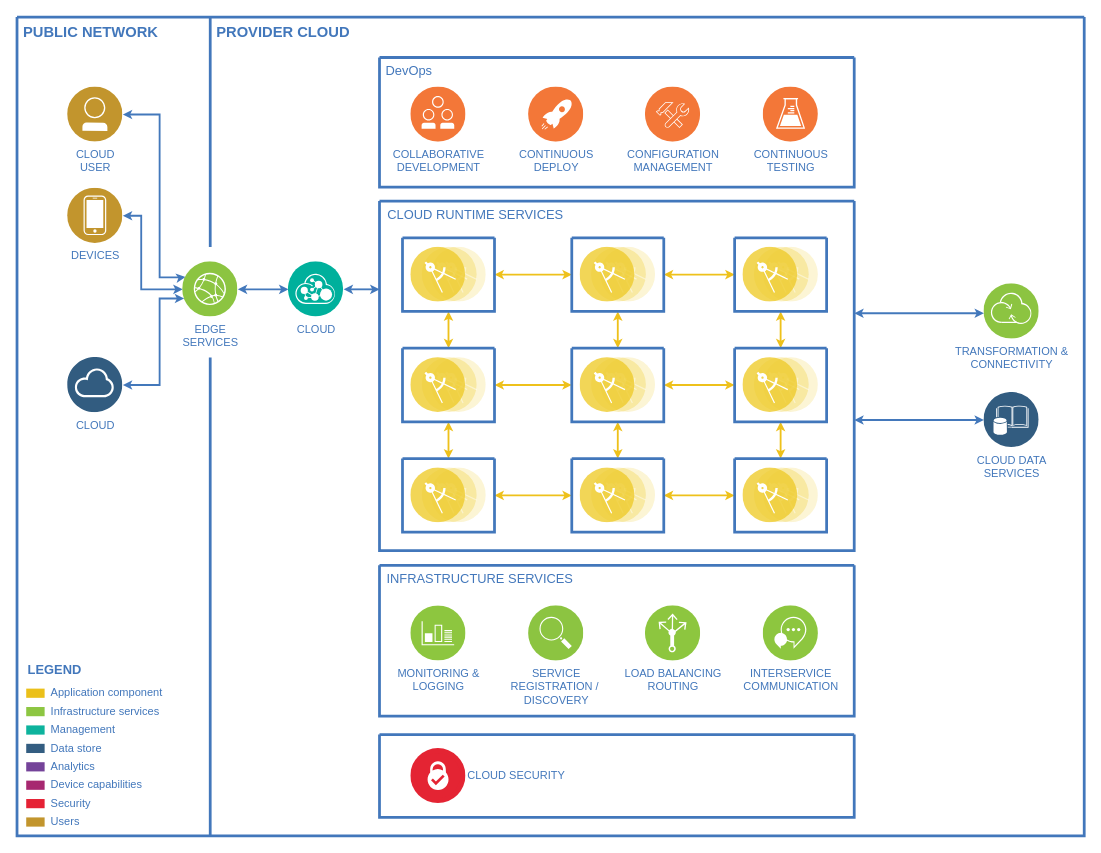
Earlier version of the draw.io diagram Untitled Diagram.drawio (avico78/ADI). Source tidied: cells renumbered, new cells numbered last; positions are measured from the earlier drawing's top-left corner, leaving out a move shared by most shapes. Both pictures are drawn from the tidied source at 92%, with x=0, y=0 at pixel (17, 17).
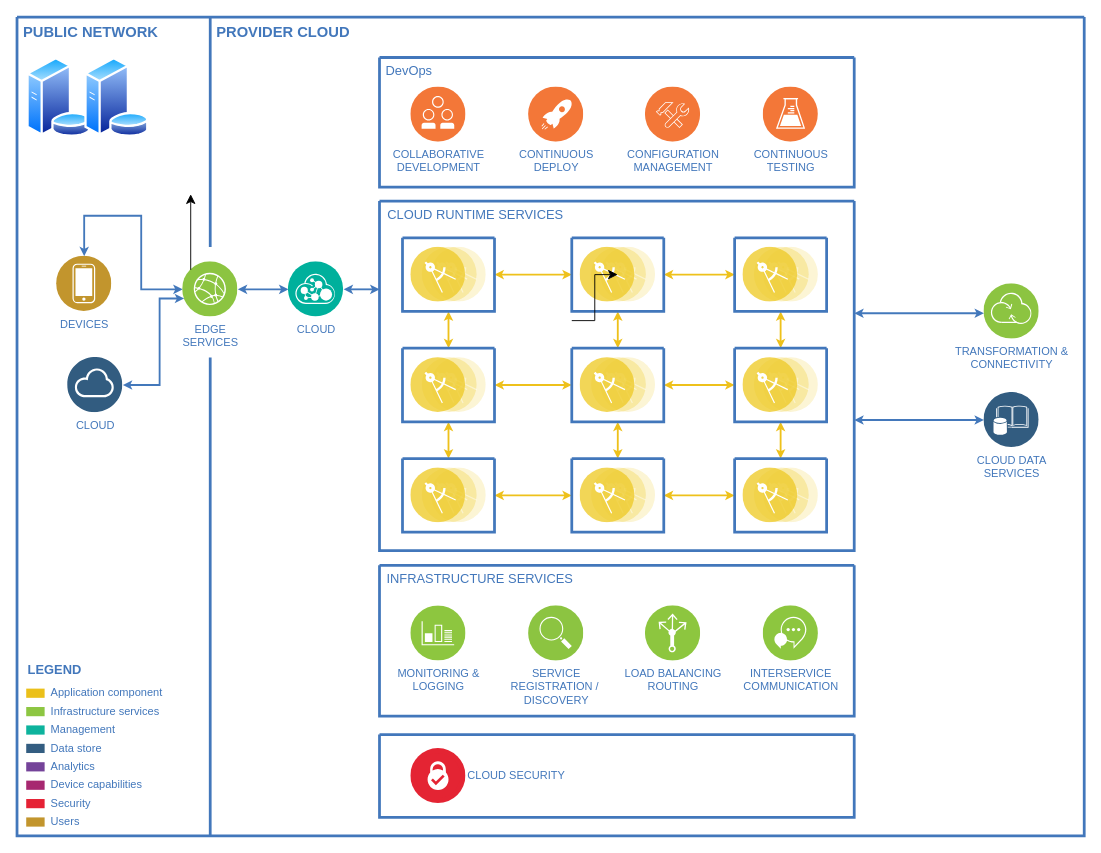
After the change.

Unchanged cells that the change refers to:
```xml
<mxCell id="2" style="swimlane;shadow=0;strokeColor=#4277BB;fillColor=#ffffff;fontColor=#4277BB;align=right;startSize=0;strokeWidth=3;" parent="1" vertex="1">
  <mxGeometry width="1160" height="890" as="geometry" />
</mxCell>
<mxCell id="25" value="EDGE&lt;div&gt;SERVICES&lt;/div&gt;" style="perimeter=ellipsePerimeter;html=1;align=center;shadow=0;dashed=0;image;image=img/lib/ibm/infrastructure/edge_services.svg;labelBackgroundColor=#ffffff;strokeColor=#666666;strokeWidth=3;fillColor=#C2952D;gradientColor=none;fontSize=12;fontColor=#4277BB;" parent="2" vertex="1">
  <mxGeometry x="180" y="266" width="60" height="60" as="geometry" />
</mxCell>
```

Diff of the diagram source:
```diff
@@
-    <mxCell id="18" style="edgeStyle=orthogonalEdgeStyle;rounded=0;comic=0;html=1;exitX=1;exitY=0.5;entryX=0;entryY=0.25;startArrow=classic;startFill=1;endArrow=classic;endFill=1;jettySize=auto;strokeColor=#4378BB;strokeWidth=2;fontFamily=Helvetica;fontSize=19;fontColor=#CC99FF;endSize=4;startSize=4;" parent="2" edge="1" source="19" target="25">
-      <mxGeometry relative="1" as="geometry">
-        <Array as="points">
-          <mxPoint x="155" y="106" />
-          <mxPoint x="155" y="283" />
-          <mxPoint x="180" y="283" />
-        </Array>
-      </mxGeometry>
-    </mxCell>
-    <mxCell id="19" value="CLOUD&lt;div&gt;USER&lt;/div&gt;" style="perimeter=ellipsePerimeter;html=1;align=center;shadow=0;dashed=0;image;image=img/lib/ibm/users/user.svg;labelBackgroundColor=#ffffff;strokeColor=#666666;strokeWidth=3;fillColor=#C2952D;gradientColor=none;fontSize=12;fontColor=#4277BB;" parent="2" vertex="1">
-      <mxGeometry x="55" y="76" width="60" height="60" as="geometry" />
-    </mxCell>
@@
     <mxCell id="21" value="DEVICES" style="perimeter=ellipsePerimeter;html=1;align=center;shadow=0;dashed=0;image;image=img/lib/ibm/users/device.svg;labelBackgroundColor=#ffffff;strokeColor=#666666;strokeWidth=3;fillColor=#C2952D;gradientColor=none;fontSize=12;fontColor=#4277BB;" parent="2" vertex="1">
-      <mxGeometry x="55" y="186" width="60" height="60" as="geometry" />
+      <mxGeometry x="43" y="260" width="60" height="60" as="geometry" />
     </mxCell>
@@
+    <mxCell id="76" style="perimeter=ellipsePerimeter;html=1;align=center;shadow=0;dashed=0;spacingTop=3;image;image=img/lib/active_directory/database_server.svg;" parent="2" vertex="1">
+      <mxGeometry x="10" y="44" width="71" height="86.6" as="geometry" />
+    </mxCell>
+    <mxCell id="77" style="perimeter=ellipsePerimeter;html=1;align=center;shadow=0;dashed=0;spacingTop=3;image;image=img/lib/active_directory/database_server.svg;" parent="2" vertex="1">
+      <mxGeometry x="73" y="44" width="71" height="86.6" as="geometry" />
+    </mxCell>
+    <mxCell id="78" style="edgeStyle=segmentEdgeStyle;endArrow=classic;html=1;curved=0;rounded=0;endSize=8;startSize=8;exitX=0;exitY=0;exitDx=0;exitDy=0;" parent="2" edge="1" source="25" target="2">
+      <mxGeometry relative="1" as="geometry" />
+    </mxCell>
+    <mxCell id="79" style="edgeStyle=elbowEdgeStyle;elbow=horizontal;endArrow=classic;html=1;curved=0;rounded=0;endSize=8;startSize=8;" parent="1" edge="1">
+      <mxGeometry relative="1" as="geometry">
+        <mxPoint x="603" y="330" as="sourcePoint" />
+        <mxPoint x="653" y="280" as="targetPoint" />
+      </mxGeometry>
+    </mxCell>
```
